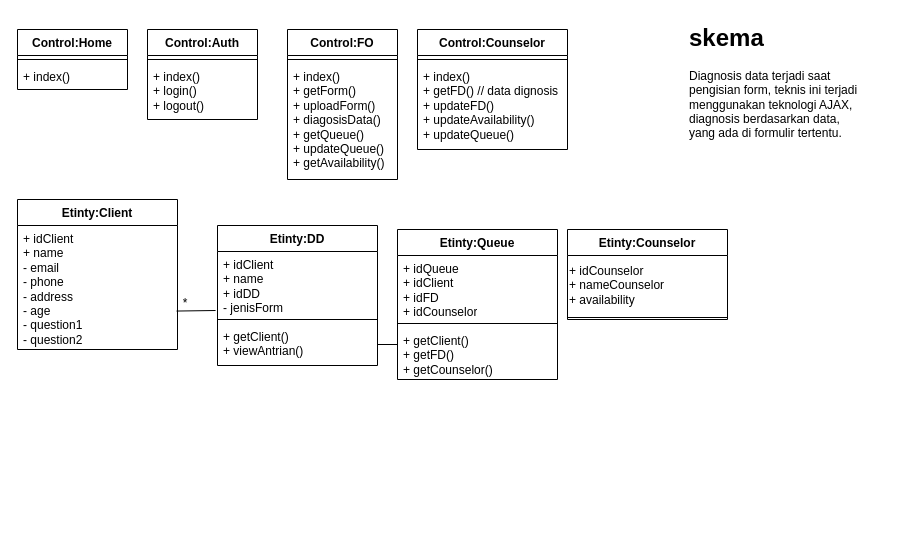
The draw.io diagram Mini-Proj/Class-Diagram-MN.drawio in mahesri/uml_ads_sms3, before the edit. Source tidied: cells renumbered, new cells numbered last; positions are measured from the earlier drawing's top-left corner, leaving out a move shared by most shapes. Both pictures are drawn from the tidied source at 100%, with x=0, y=0 at pixel (17, 17).
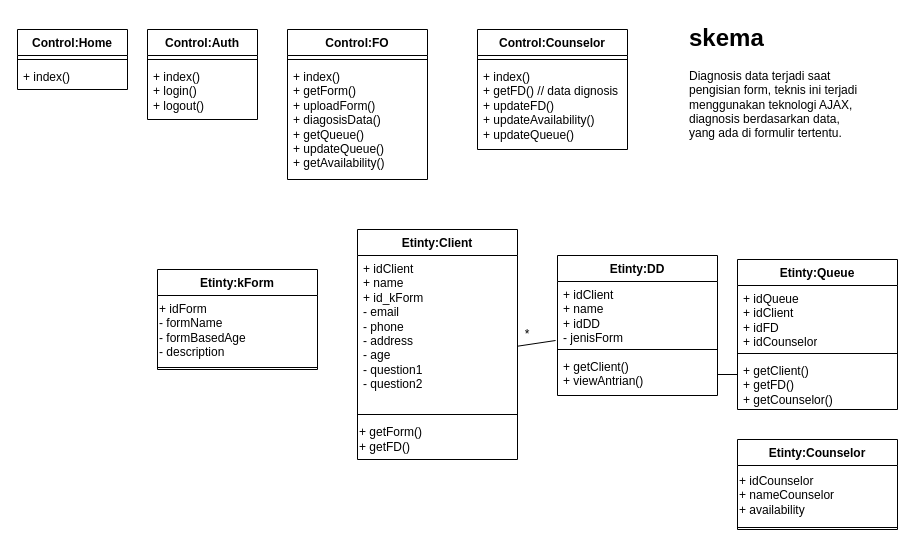
Above is the later version.

Unchanged cells that the change refers to:
```xml
<mxCell id="7" value="+ getClient()&lt;br&gt;+ getFD()&lt;div&gt;+ getCounselor()&lt;/div&gt;" style="text;strokeColor=none;fillColor=none;align=left;verticalAlign=top;spacingLeft=4;spacingRight=4;overflow=hidden;points=[[0,0.5],[1,0.5]];portConstraint=eastwest;whiteSpace=wrap;html=1;" parent="4" vertex="1">
  <mxGeometry y="98" width="160" height="52" as="geometry" />
</mxCell>
<mxCell id="12" value="+ idClient&lt;br&gt;+ name&lt;br&gt;+ idDD&lt;br&gt;- jenisForm&lt;br&gt;- waktuMengisiForm" style="text;strokeColor=none;fillColor=none;align=left;verticalAlign=top;spacingLeft=4;spacingRight=4;overflow=hidden;points=[[0,0.5],[1,0.5]];portConstraint=eastwest;whiteSpace=wrap;html=1;" parent="11" vertex="1">
  <mxGeometry y="26" width="160" height="64" as="geometry" />
</mxCell>
<mxCell id="14" value="+ getClient()&lt;br&gt;+ viewAntrian()&amp;nbsp;" style="text;strokeColor=none;fillColor=none;align=left;verticalAlign=top;spacingLeft=4;spacingRight=4;overflow=hidden;points=[[0,0.5],[1,0.5]];portConstraint=eastwest;whiteSpace=wrap;html=1;" parent="11" vertex="1">
  <mxGeometry y="98" width="160" height="42" as="geometry" />
</mxCell>
```

What changed in the source:
```diff
@@
     <mxCell id="2" value="Etinty:Client" style="swimlane;fontStyle=1;align=center;verticalAlign=top;horizontal=1;startSize=26;whiteSpace=wrap;html=1;" parent="1" vertex="1">
-      <mxGeometry y="182" width="160" height="150" as="geometry" />
+      <mxGeometry x="340" y="212" width="160" height="230" as="geometry" />
     </mxCell>
-    <mxCell id="3" value="+ idClient&lt;div&gt;+ name&lt;/div&gt;&lt;div&gt;- email&lt;/div&gt;&lt;div&gt;- phone&lt;br&gt;- address&lt;br&gt;- age&lt;br&gt;&lt;/div&gt;&lt;div&gt;- question1&lt;/div&gt;&lt;div&gt;-&amp;nbsp;&lt;span style=&quot;background-color: initial;&quot;&gt;question2&lt;/span&gt;&lt;/div&gt;" style="text;strokeColor=none;fillColor=none;align=left;verticalAlign=top;spacingLeft=4;spacingRight=4;overflow=hidden;points=[[0,0.5],[1,0.5]];portConstraint=eastwest;whiteSpace=wrap;html=1;" parent="2" vertex="1">
-      <mxGeometry y="26" width="160" height="124" as="geometry" />
+    <mxCell id="3" value="+ idClient&lt;div&gt;+ name&lt;/div&gt;&lt;div&gt;+ id_kForm&lt;/div&gt;&lt;div&gt;- email&lt;/div&gt;&lt;div&gt;- phone&lt;br&gt;- address&lt;br&gt;- age&lt;/div&gt;&lt;div&gt;- question1&lt;/div&gt;&lt;div&gt;-&amp;nbsp;&lt;span style=&quot;background-color: initial;&quot;&gt;question2&lt;/span&gt;&lt;/div&gt;" style="text;strokeColor=none;fillColor=none;align=left;verticalAlign=top;spacingLeft=4;spacingRight=4;overflow=hidden;points=[[0,0.5],[1,0.5]];portConstraint=eastwest;whiteSpace=wrap;html=1;" parent="2" vertex="1">
+      <mxGeometry y="26" width="160" height="154" as="geometry" />
     </mxCell>
+    <mxCell id="31" style="line;strokeWidth=1;fillColor=none;align=left;verticalAlign=middle;spacingTop=-1;spacingLeft=3;spacingRight=3;labelPosition=right;strokeColor=inherit;" parent="2" vertex="1">
+      <mxGeometry y="180" width="160" height="10" as="geometry" />
+    </mxCell>
+    <mxCell id="32" value="+ getForm()&lt;div&gt;+ getFD()&lt;/div&gt;" style="text;html=1;align=left;verticalAlign=middle;strokeColor=none;fillColor=none;" parent="2" vertex="1">
+      <mxGeometry y="190" width="160" height="40" as="geometry" />
+    </mxCell>
     <mxCell id="4" value="Etinty:Queue" style="swimlane;fontStyle=1;align=center;verticalAlign=top;horizontal=1;startSize=26;whiteSpace=wrap;html=1;" parent="1" vertex="1">
-      <mxGeometry x="380" y="212" width="160" height="150" as="geometry" />
+      <mxGeometry x="720" y="242" width="160" height="150" as="geometry" />
     </mxCell>
@@
     <mxCell id="8" value="Control:FO" style="swimlane;fontStyle=1;align=center;verticalAlign=top;horizontal=1;startSize=26;whiteSpace=wrap;html=1;" parent="1" vertex="1">
-      <mxGeometry x="270" y="12" width="110" height="150" as="geometry" />
+      <mxGeometry x="270" y="12" width="140" height="150" as="geometry" />
     </mxCell>
     <mxCell id="9" style="line;strokeWidth=1;fillColor=none;align=left;verticalAlign=middle;spacingTop=-1;spacingLeft=3;spacingRight=3;labelPosition=right;strokeColor=inherit;" parent="8" vertex="1">
-      <mxGeometry y="26" width="110" height="8" as="geometry" />
+      <mxGeometry y="26" width="140" height="8" as="geometry" />
     </mxCell>
     <mxCell id="10" value="+ index()&amp;nbsp;&lt;br&gt;+ getForm()&amp;nbsp;&lt;div&gt;+ uploadForm()&lt;/div&gt;&lt;div&gt;+ diagosisData()&lt;br&gt;+ getQueue()&lt;br&gt;+ updateQueue()&lt;/div&gt;&lt;div&gt;+ getAvailability()&lt;/div&gt;" style="text;strokeColor=none;fillColor=none;align=left;verticalAlign=top;spacingLeft=4;spacingRight=4;overflow=hidden;whiteSpace=wrap;html=1;" parent="8" vertex="1">
-      <mxGeometry y="34" width="110" height="116" as="geometry" />
+      <mxGeometry y="34" width="140" height="116" as="geometry" />
     </mxCell>
     <mxCell id="11" value="Etinty:DD" style="swimlane;fontStyle=1;align=center;verticalAlign=top;horizontal=1;startSize=26;whiteSpace=wrap;html=1;" parent="1" vertex="1">
-      <mxGeometry x="200" y="208" width="160" height="140" as="geometry" />
+      <mxGeometry x="540" y="238" width="160" height="140" as="geometry" />
     </mxCell>
@@
     <mxCell id="15" value="Etinty:Counselor" style="swimlane;fontStyle=1;align=center;verticalAlign=top;horizontal=1;startSize=26;whiteSpace=wrap;html=1;" parent="1" vertex="1">
-      <mxGeometry x="550" y="212" width="160" height="90" as="geometry" />
+      <mxGeometry x="720" y="422" width="160" height="90" as="geometry" />
     </mxCell>
@@
-    <mxCell id="18" style="endArrow=none;html=1;rounded=0;entryX=0.994;entryY=0.69;entryDx=0;entryDy=0;entryPerimeter=0;exitX=-0.012;exitY=0.922;exitDx=0;exitDy=0;exitPerimeter=0;" parent="1" edge="1" source="12" target="3">
+    <mxCell id="18" style="endArrow=none;html=1;rounded=0;entryX=1;entryY=0.589;entryDx=0;entryDy=0;exitX=-0.012;exitY=0.922;exitDx=0;exitDy=0;exitPerimeter=0;entryPerimeter=0;" parent="1" edge="1" source="12" target="3">
       <mxGeometry relative="1" as="geometry" />
     </mxCell>
@@
     <mxCell id="22" value="Control:Counselor" style="swimlane;fontStyle=1;align=center;verticalAlign=top;horizontal=1;startSize=26;whiteSpace=wrap;html=1;" parent="1" vertex="1">
-      <mxGeometry x="400" y="12" width="150" height="120" as="geometry" />
+      <mxGeometry x="460" y="12" width="150" height="120" as="geometry" />
     </mxCell>
@@
     <mxCell id="29" value="*" style="text;html=1;align=center;verticalAlign=middle;whiteSpace=wrap;rounded=0;" parent="1" vertex="1">
-      <mxGeometry x="138" y="271" width="60" height="30" as="geometry" />
+      <mxGeometry x="480" y="302" width="60" height="30" as="geometry" />
     </mxCell>
     <mxCell id="30" style="edgeStyle=orthogonalEdgeStyle;rounded=0;jettySize=auto;html=1;endArrow=none;endFill=0;" parent="1" edge="1" source="14" target="7">
       <mxGeometry relative="1" as="geometry">
         <Array as="points">
-          <mxPoint x="380" y="336" />
-          <mxPoint x="380" y="336" />
+          <mxPoint x="720" y="366" />
+          <mxPoint x="720" y="366" />
         </Array>
       </mxGeometry>
     </mxCell>
+    <mxCell id="33" value="Etinty:kForm" style="swimlane;fontStyle=1;align=center;verticalAlign=top;horizontal=1;startSize=26;whiteSpace=wrap;html=1;" parent="1" vertex="1">
+      <mxGeometry x="140" y="252" width="160" height="100" as="geometry" />
+    </mxCell>
+    <mxCell id="34" value="+ idForm&lt;div&gt;- formName&lt;/div&gt;&lt;div&gt;- formBasedAge&lt;/div&gt;&lt;div&gt;- description&lt;/div&gt;" style="text;html=1;align=left;verticalAlign=middle;strokeColor=none;fillColor=none;" parent="33" vertex="1">
+      <mxGeometry y="26" width="160" height="70" as="geometry" />
+    </mxCell>
+    <mxCell id="35" style="line;strokeWidth=1;fillColor=none;align=left;verticalAlign=middle;spacingTop=-1;spacingLeft=3;spacingRight=3;labelPosition=right;strokeColor=inherit;" parent="33" vertex="1">
+      <mxGeometry y="96" width="160" height="4" as="geometry" />
+    </mxCell>
```
